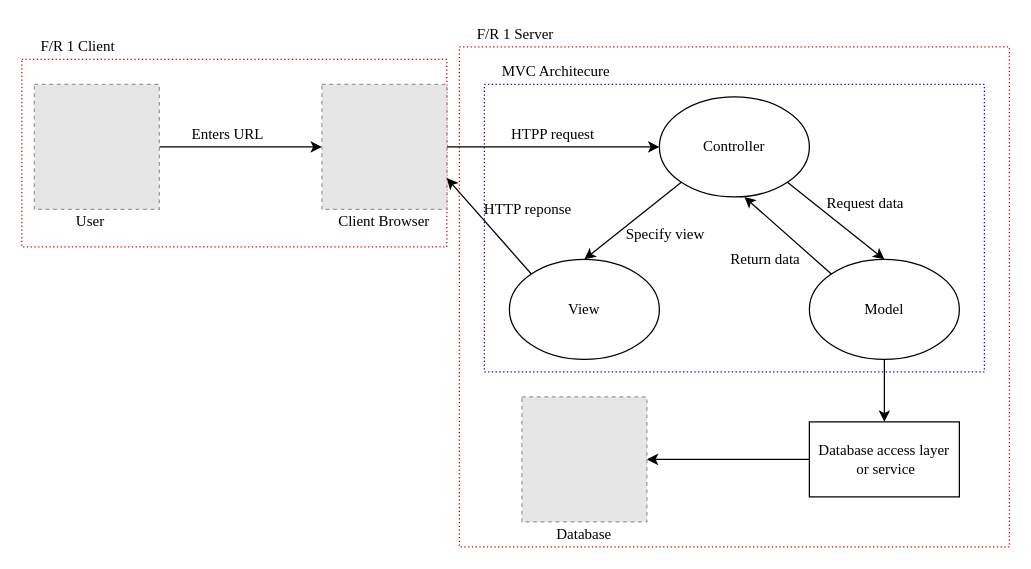
CorrieScheepers/Masters keeps this draw.io diagram as img/Chapter2/Flow_MVC_Architecture/Flow_MVC_Architecture.drawio. Above is the earlier version. Source tidied: cells renumbered, new cells numbered last; positions are measured from the earlier drawing's top-left corner, leaving out a move shared by most shapes. Both pictures are drawn from the tidied source at 125%, with x=0, y=0 at pixel (21, 21). Pictures stored in the file or linked from it are replaced by grey dashed boxes.
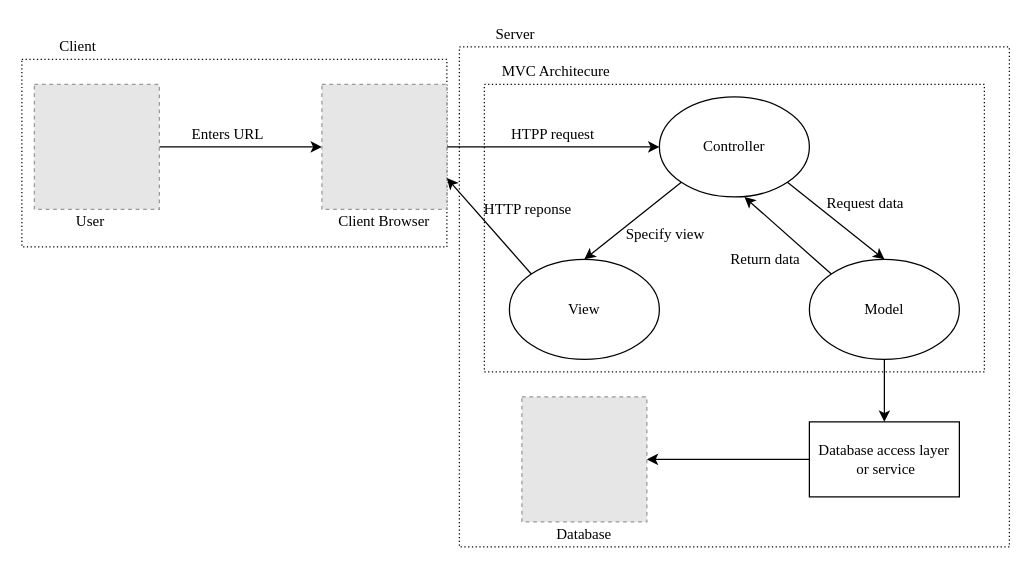
The same diagram, later.

The edit, as a diff of the source:
```diff
@@
-    <mxCell id="2" style="rounded=0;whiteSpace=wrap;html=1;fillColor=none;dashed=1;strokeColor=#CC0000;fontFamily=Times New Roman;dashPattern=1 2;" parent="1" vertex="1">
+    <mxCell id="2" style="rounded=0;whiteSpace=wrap;html=1;fillColor=none;dashed=1;strokeColor=#000000;fontFamily=Times New Roman;dashPattern=1 2;" parent="1" vertex="1">
       <mxGeometry x="350" y="20" width="440" height="400" as="geometry" />
     </mxCell>
-    <mxCell id="3" style="rounded=0;whiteSpace=wrap;html=1;fillColor=none;dashed=1;dashPattern=1 2;strokeColor=#CC0000;fontFamily=Times New Roman;" parent="1" vertex="1">
+    <mxCell id="3" style="rounded=0;whiteSpace=wrap;html=1;fillColor=none;dashed=1;dashPattern=1 2;strokeColor=#000000;fontFamily=Times New Roman;" parent="1" vertex="1">
       <mxGeometry y="30" width="340" height="150" as="geometry" />
     </mxCell>
-    <mxCell id="4" style="rounded=0;whiteSpace=wrap;html=1;fillColor=none;dashed=1;dashPattern=1 2;strokeColor=#0000CC;fontFamily=Times New Roman;" parent="1" vertex="1">
+    <mxCell id="4" style="rounded=0;whiteSpace=wrap;html=1;fillColor=none;dashed=1;dashPattern=1 2;strokeColor=#000000;fontFamily=Times New Roman;" parent="1" vertex="1">
       <mxGeometry x="370" y="50" width="400" height="230" as="geometry" />
     </mxCell>
@@
-    <mxCell id="30" value="F/R 1 Client" style="text;html=1;strokeColor=none;fillColor=none;align=center;verticalAlign=middle;whiteSpace=wrap;rounded=0;fontFamily=Times New Roman;" parent="1" vertex="1">
+    <mxCell id="30" value="Client" style="text;html=1;strokeColor=none;fillColor=none;align=center;verticalAlign=middle;whiteSpace=wrap;rounded=0;fontFamily=Times New Roman;" parent="1" vertex="1">
       <mxGeometry y="10" width="90" height="20" as="geometry" />
     </mxCell>
-    <mxCell id="31" value="F/R 1 Server" style="text;html=1;strokeColor=none;fillColor=none;align=center;verticalAlign=middle;whiteSpace=wrap;rounded=0;fontFamily=Times New Roman;" parent="1" vertex="1">
+    <mxCell id="31" value="Server" style="text;html=1;strokeColor=none;fillColor=none;align=center;verticalAlign=middle;whiteSpace=wrap;rounded=0;fontFamily=Times New Roman;" parent="1" vertex="1">
       <mxGeometry x="350" width="90" height="20" as="geometry" />
     </mxCell>
```
